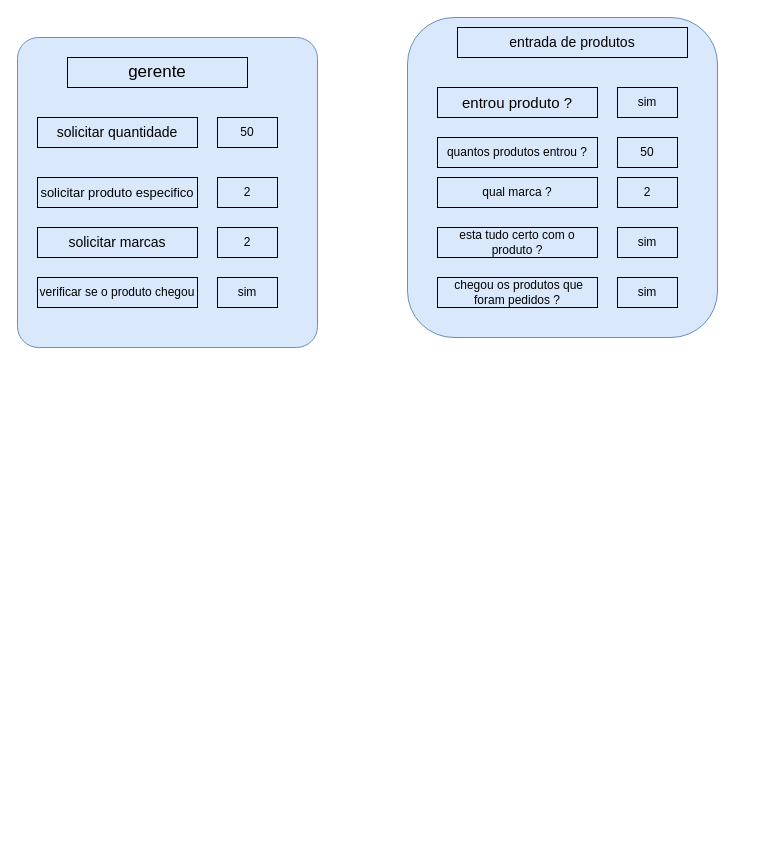
The draw.io diagram page "Página-2" (2 of 2) of doc/processos do estoque.drawio in euamanda21/fluxogramas, before the edit. Source tidied: cells renumbered, new cells numbered last; positions are measured from the earlier drawing's top-left corner, leaving out a move shared by most shapes. Both pictures are drawn from the tidied source at 100%, with x=0, y=0 at pixel (17, 17).
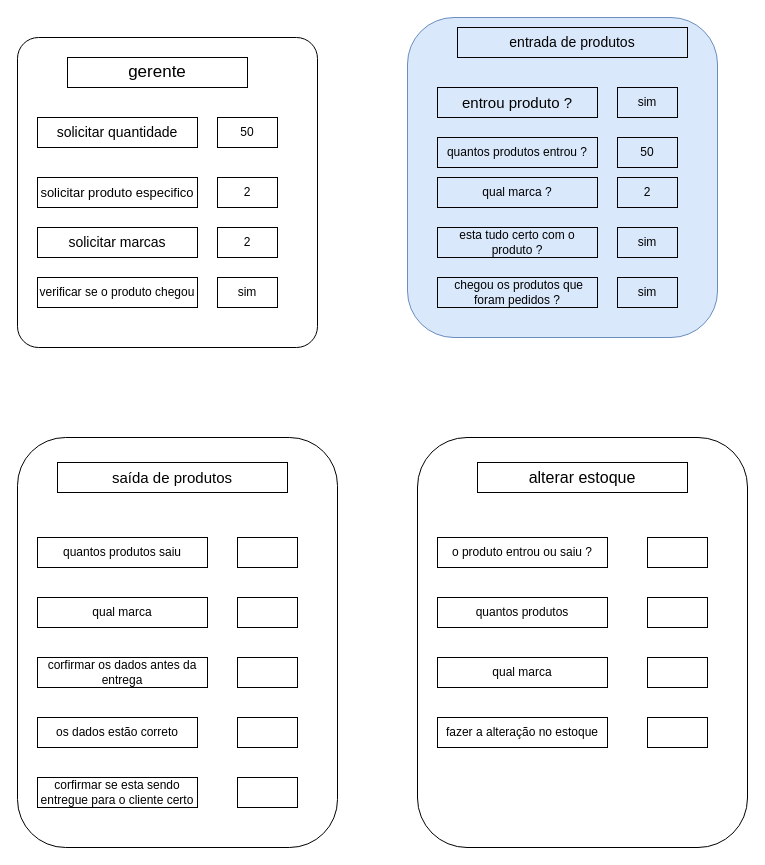
The same diagram, later.

Diff of the diagram source:
```diff
@@
-    <mxCell id="2" style="rounded=1;whiteSpace=wrap;html=1;fillColor=#dae8fc;strokeColor=#6c8ebf;arcSize=7;" parent="1" vertex="1">
+    <mxCell id="2" style="rounded=1;whiteSpace=wrap;html=1;arcSize=7;" parent="1" vertex="1">
       <mxGeometry y="20" width="300" height="310" as="geometry" />
     </mxCell>
@@
+    <mxCell id="24" style="rounded=1;whiteSpace=wrap;html=1;" parent="1" vertex="1">
+      <mxGeometry x="20" y="460" width="210" as="geometry" />
+    </mxCell>
+    <mxCell id="25" style="rounded=1;whiteSpace=wrap;html=1;" parent="1" vertex="1">
+      <mxGeometry y="420" width="320" height="410" as="geometry" />
+    </mxCell>
+    <mxCell id="26" value="&lt;font style=&quot;font-size: 15px;&quot;&gt;saída de produtos&lt;/font&gt;" style="text;html=1;align=center;verticalAlign=middle;whiteSpace=wrap;rounded=0;strokeColor=default;" parent="1" vertex="1">
+      <mxGeometry x="40" y="445" width="230" height="30" as="geometry" />
+    </mxCell>
+    <mxCell id="27" value="quantos produtos saiu" style="text;html=1;align=center;verticalAlign=middle;whiteSpace=wrap;rounded=0;strokeColor=default;" parent="1" vertex="1">
+      <mxGeometry x="20" y="520" width="170" height="30" as="geometry" />
+    </mxCell>
+    <mxCell id="28" value="qual marca" style="text;html=1;align=center;verticalAlign=middle;whiteSpace=wrap;rounded=0;strokeColor=default;" parent="1" vertex="1">
+      <mxGeometry x="20" y="580" width="170" height="30" as="geometry" />
+    </mxCell>
+    <mxCell id="29" value="corfirmar os dados antes da entrega" style="text;html=1;align=center;verticalAlign=middle;whiteSpace=wrap;rounded=0;strokeColor=default;" parent="1" vertex="1">
+      <mxGeometry x="20" y="640" width="170" height="30" as="geometry" />
+    </mxCell>
+    <mxCell id="30" value="os dados estão correto" style="text;html=1;align=center;verticalAlign=middle;whiteSpace=wrap;rounded=0;strokeColor=default;" parent="1" vertex="1">
+      <mxGeometry x="20" y="700" width="160" height="30" as="geometry" />
+    </mxCell>
+    <mxCell id="31" value="corfirmar se esta sendo entregue para o cliente certo" style="text;html=1;align=center;verticalAlign=middle;whiteSpace=wrap;rounded=0;strokeColor=default;" parent="1" vertex="1">
+      <mxGeometry x="20" y="760" width="160" height="30" as="geometry" />
+    </mxCell>
+    <mxCell id="32" style="text;html=1;align=center;verticalAlign=middle;whiteSpace=wrap;rounded=0;strokeColor=default;" parent="1" vertex="1">
+      <mxGeometry x="220" y="520" width="60" height="30" as="geometry" />
+    </mxCell>
+    <mxCell id="33" style="text;html=1;align=center;verticalAlign=middle;whiteSpace=wrap;rounded=0;strokeColor=default;" parent="1" vertex="1">
+      <mxGeometry x="220" y="580" width="60" height="30" as="geometry" />
+    </mxCell>
+    <mxCell id="34" style="text;html=1;align=center;verticalAlign=middle;whiteSpace=wrap;rounded=0;strokeColor=default;" parent="1" vertex="1">
+      <mxGeometry x="220" y="640" width="60" height="30" as="geometry" />
+    </mxCell>
+    <mxCell id="35" style="text;html=1;align=center;verticalAlign=middle;whiteSpace=wrap;rounded=0;strokeColor=default;" parent="1" vertex="1">
+      <mxGeometry x="220" y="700" width="60" height="30" as="geometry" />
+    </mxCell>
+    <mxCell id="36" style="text;html=1;align=center;verticalAlign=middle;whiteSpace=wrap;rounded=0;strokeColor=default;" parent="1" vertex="1">
+      <mxGeometry x="220" y="760" width="60" height="30" as="geometry" />
+    </mxCell>
+    <mxCell id="37" style="rounded=1;whiteSpace=wrap;html=1;" parent="1" vertex="1">
+      <mxGeometry x="400" y="420" width="330" height="410" as="geometry" />
+    </mxCell>
+    <mxCell id="38" value="&lt;font style=&quot;font-size: 16px;&quot;&gt;alterar estoque&lt;/font&gt;" style="text;html=1;align=center;verticalAlign=middle;whiteSpace=wrap;rounded=0;strokeColor=default;" parent="1" vertex="1">
+      <mxGeometry x="460" y="445" width="210" height="30" as="geometry" />
+    </mxCell>
+    <mxCell id="39" value="o produto entrou ou saiu ?" style="text;html=1;align=center;verticalAlign=middle;whiteSpace=wrap;rounded=0;strokeColor=default;" parent="1" vertex="1">
+      <mxGeometry x="420" y="520" width="170" height="30" as="geometry" />
+    </mxCell>
+    <mxCell id="40" value="quantos produtos" style="text;html=1;align=center;verticalAlign=middle;whiteSpace=wrap;rounded=0;strokeColor=default;" parent="1" vertex="1">
+      <mxGeometry x="420" y="580" width="170" height="30" as="geometry" />
+    </mxCell>
+    <mxCell id="41" value="qual marca" style="text;html=1;align=center;verticalAlign=middle;whiteSpace=wrap;rounded=0;strokeColor=default;" parent="1" vertex="1">
+      <mxGeometry x="420" y="640" width="170" height="30" as="geometry" />
+    </mxCell>
+    <mxCell id="42" value="fazer a alteração no estoque" style="text;html=1;align=center;verticalAlign=middle;whiteSpace=wrap;rounded=0;strokeColor=default;" parent="1" vertex="1">
+      <mxGeometry x="420" y="700" width="170" height="30" as="geometry" />
+    </mxCell>
+    <mxCell id="43" style="text;html=1;align=center;verticalAlign=middle;whiteSpace=wrap;rounded=0;strokeColor=default;" parent="1" vertex="1">
+      <mxGeometry x="630" y="520" width="60" height="30" as="geometry" />
+    </mxCell>
+    <mxCell id="44" style="text;html=1;align=center;verticalAlign=middle;whiteSpace=wrap;rounded=0;strokeColor=default;" parent="1" vertex="1">
+      <mxGeometry x="630" y="580" width="60" height="30" as="geometry" />
+    </mxCell>
+    <mxCell id="45" style="text;html=1;align=center;verticalAlign=middle;whiteSpace=wrap;rounded=0;strokeColor=default;" parent="1" vertex="1">
+      <mxGeometry x="630" y="640" width="60" height="30" as="geometry" />
+    </mxCell>
+    <mxCell id="46" style="text;html=1;align=center;verticalAlign=middle;whiteSpace=wrap;rounded=0;strokeColor=default;" parent="1" vertex="1">
+      <mxGeometry x="630" y="700" width="60" height="30" as="geometry" />
+    </mxCell>
```
